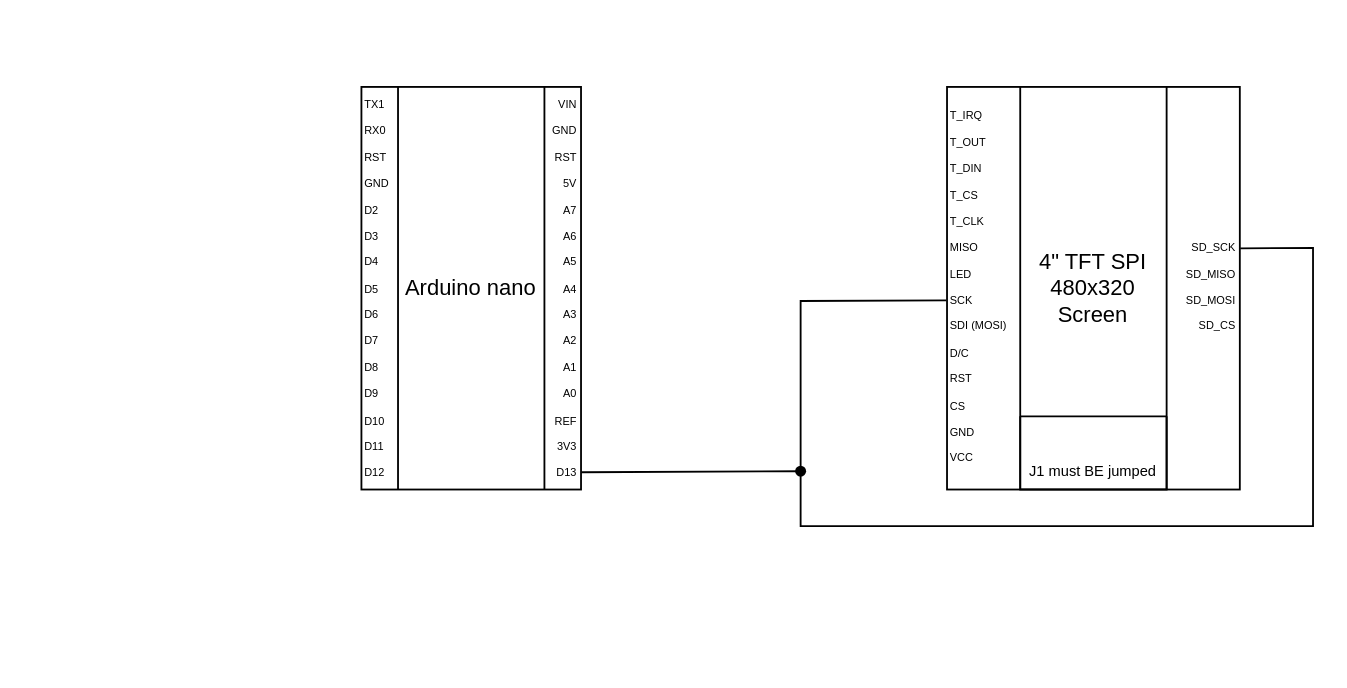
This is PipBoy/diagrama.drawio from Fallest/TresDimensiones, a draw.io file, before an edit. Source tidied: cells renumbered, new cells numbered last; positions are measured from the earlier drawing's top-left corner, leaving out a move shared by most shapes. Both pictures are drawn from the tidied source at 183%, with x=0, y=0 at pixel (361, 86). Pictures stored in the file or linked from it are replaced by grey dashed boxes.
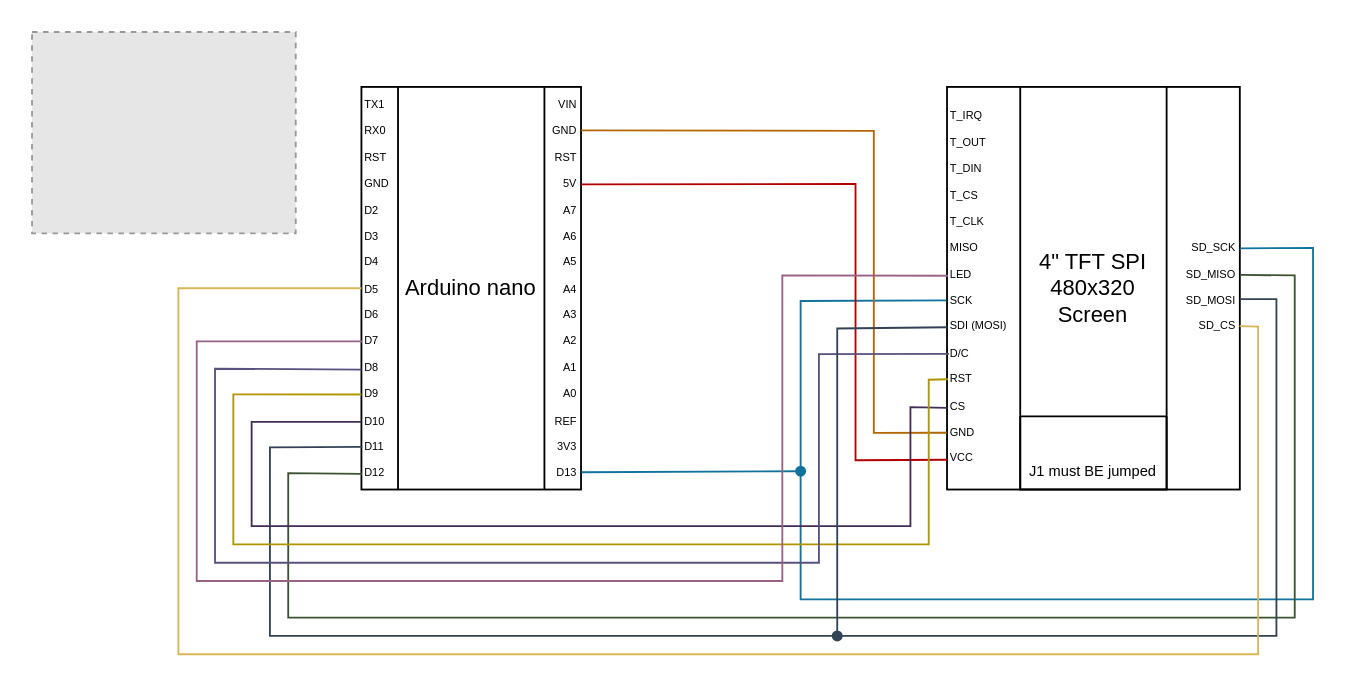
The same diagram, later.

Commit message (it also covers changes not shown here):
PipBoy/Diagrama

Termiando

Unchanged cells that the change refers to:
```xml
<mxCell id="3" value="TX1&lt;div style=&quot;font-size: 6px;&quot;&gt;&lt;br style=&quot;font-size: 6px;&quot;&gt;&lt;/div&gt;&lt;div style=&quot;font-size: 6px;&quot;&gt;RX0&lt;/div&gt;&lt;div style=&quot;font-size: 6px;&quot;&gt;&lt;br style=&quot;font-size: 6px;&quot;&gt;&lt;/div&gt;&lt;div style=&quot;font-size: 6px;&quot;&gt;RST&lt;/div&gt;&lt;div style=&quot;font-size: 6px;&quot;&gt;&lt;br style=&quot;font-size: 6px;&quot;&gt;&lt;/div&gt;&lt;div style=&quot;font-size: 6px;&quot;&gt;GND&lt;/div&gt;&lt;div style=&quot;font-size: 6px;&quot;&gt;&lt;br style=&quot;font-size: 6px;&quot;&gt;&lt;/div&gt;&lt;div style=&quot;font-size: 6px;&quot;&gt;D2&lt;/div&gt;&lt;div style=&quot;font-size: 6px;&quot;&gt;&lt;br style=&quot;font-size: 6px;&quot;&gt;&lt;/div&gt;&lt;div style=&quot;font-size: 6px;&quot;&gt;D3&lt;/div&gt;&lt;div style=&quot;font-size: 6px;&quot;&gt;&lt;br style=&quot;font-size: 6px;&quot;&gt;&lt;/div&gt;&lt;div style=&quot;font-size: 6px;&quot;&gt;D4&lt;/div&gt;&lt;div style=&quot;font-size: 6px;&quot;&gt;&lt;br style=&quot;font-size: 6px;&quot;&gt;&lt;/div&gt;&lt;div style=&quot;font-size: 6px;&quot;&gt;D5&lt;/div&gt;&lt;div style=&quot;font-size: 6px;&quot;&gt;&lt;br style=&quot;font-size: 6px;&quot;&gt;&lt;/div&gt;&lt;div style=&quot;font-size: 6px;&quot;&gt;D6&lt;/div&gt;&lt;div style=&quot;font-size: 6px;&quot;&gt;&lt;br style=&quot;font-size: 6px;&quot;&gt;&lt;/div&gt;&lt;div style=&quot;font-size: 6px;&quot;&gt;D7&lt;/div&gt;&lt;div style=&quot;font-size: 6px;&quot;&gt;&lt;br style=&quot;font-size: 6px;&quot;&gt;&lt;/div&gt;&lt;div style=&quot;font-size: 6px;&quot;&gt;D8&lt;/div&gt;&lt;div style=&quot;font-size: 6px;&quot;&gt;&lt;br style=&quot;font-size: 6px;&quot;&gt;&lt;/div&gt;&lt;div style=&quot;font-size: 6px;&quot;&gt;D9&lt;/div&gt;&lt;div style=&quot;font-size: 6px;&quot;&gt;&lt;br style=&quot;font-size: 6px;&quot;&gt;&lt;/div&gt;&lt;div style=&quot;font-size: 6px;&quot;&gt;D10&lt;/div&gt;&lt;div style=&quot;font-size: 6px;&quot;&gt;&lt;br style=&quot;font-size: 6px;&quot;&gt;&lt;/div&gt;&lt;div style=&quot;font-size: 6px;&quot;&gt;D11&lt;/div&gt;&lt;div style=&quot;font-size: 6px;&quot;&gt;&lt;br style=&quot;font-size: 6px;&quot;&gt;&lt;/div&gt;&lt;div style=&quot;font-size: 6px;&quot;&gt;D12&lt;/div&gt;" style="text;html=1;align=left;verticalAlign=top;whiteSpace=wrap;rounded=0;fontSize=6;" parent="1" vertex="1">
  <mxGeometry width="20" height="220" as="geometry" />
</mxCell>
<mxCell id="4" value="VIN&lt;div&gt;&lt;br&gt;&lt;/div&gt;&lt;div&gt;GND&lt;/div&gt;&lt;div&gt;&lt;br&gt;&lt;/div&gt;&lt;div&gt;RST&lt;/div&gt;&lt;div&gt;&lt;br&gt;&lt;/div&gt;&lt;div&gt;5V&lt;/div&gt;&lt;div&gt;&lt;br&gt;&lt;/div&gt;&lt;div&gt;A7&lt;/div&gt;&lt;div&gt;&lt;br&gt;&lt;/div&gt;&lt;div&gt;A6&lt;/div&gt;&lt;div&gt;&lt;br&gt;&lt;/div&gt;&lt;div&gt;A5&lt;/div&gt;&lt;div&gt;&lt;br&gt;&lt;/div&gt;&lt;div&gt;A4&lt;/div&gt;&lt;div&gt;&lt;br&gt;&lt;/div&gt;&lt;div&gt;A3&lt;/div&gt;&lt;div&gt;&lt;br&gt;&lt;/div&gt;&lt;div&gt;A2&lt;/div&gt;&lt;div&gt;&lt;br&gt;&lt;/div&gt;&lt;div&gt;A1&lt;/div&gt;&lt;div&gt;&lt;br&gt;&lt;/div&gt;&lt;div&gt;A0&lt;/div&gt;&lt;div&gt;&lt;br&gt;&lt;/div&gt;&lt;div&gt;REF&lt;/div&gt;&lt;div&gt;&lt;br&gt;&lt;/div&gt;&lt;div&gt;3V3&lt;/div&gt;&lt;div&gt;&lt;br&gt;&lt;/div&gt;&lt;div&gt;D13&lt;/div&gt;" style="text;html=1;align=right;verticalAlign=top;whiteSpace=wrap;rounded=0;fontSize=6;" parent="1" vertex="1">
  <mxGeometry x="100" width="20" height="220" as="geometry" />
</mxCell>
<mxCell id="6" value="T_IRQ&lt;div&gt;&lt;br&gt;&lt;/div&gt;&lt;div&gt;&lt;div&gt;T_OUT&lt;/div&gt;&lt;div&gt;&lt;br&gt;&lt;/div&gt;&lt;div&gt;T_DIN&lt;/div&gt;&lt;div&gt;&lt;br&gt;&lt;/div&gt;&lt;div&gt;T_CS&lt;/div&gt;&lt;div&gt;&lt;br&gt;&lt;/div&gt;&lt;div&gt;T_CLK&lt;/div&gt;&lt;div&gt;&lt;br&gt;&lt;/div&gt;&lt;div&gt;MISO&lt;/div&gt;&lt;div&gt;&lt;br&gt;&lt;/div&gt;&lt;div&gt;LED&lt;/div&gt;&lt;div&gt;&lt;br&gt;&lt;/div&gt;&lt;div&gt;SCK&lt;/div&gt;&lt;div&gt;&lt;br&gt;&lt;/div&gt;&lt;div&gt;SDI&amp;nbsp;&lt;span style=&quot;background-color: initial;&quot;&gt;(MOSI)&lt;/span&gt;&lt;/div&gt;&lt;div&gt;&lt;br&gt;&lt;/div&gt;&lt;div&gt;D/C&lt;/div&gt;&lt;div&gt;&lt;br&gt;&lt;/div&gt;&lt;div&gt;RST&lt;/div&gt;&lt;div&gt;&lt;br&gt;&lt;/div&gt;&lt;div&gt;CS&lt;/div&gt;&lt;div&gt;&lt;br&gt;&lt;/div&gt;&lt;div&gt;GND&lt;/div&gt;&lt;div&gt;&lt;br&gt;&lt;/div&gt;&lt;div&gt;VCC&lt;/div&gt;&lt;/div&gt;" style="text;html=1;align=left;verticalAlign=middle;whiteSpace=wrap;rounded=0;fontSize=6;" parent="1" vertex="1">
  <mxGeometry x="320" width="30" height="220" as="geometry" />
</mxCell>
<mxCell id="7" value="SD_SCK&lt;div&gt;&lt;br&gt;&lt;/div&gt;&lt;div&gt;SD_MISO&lt;/div&gt;&lt;div&gt;&lt;br&gt;&lt;/div&gt;&lt;div&gt;SD_MOSI&lt;/div&gt;&lt;div&gt;&lt;br&gt;&lt;/div&gt;&lt;div&gt;SD_CS&lt;/div&gt;" style="text;html=1;align=right;verticalAlign=middle;whiteSpace=wrap;rounded=0;fontSize=6;" parent="1" vertex="1">
  <mxGeometry x="440" width="40" height="220" as="geometry" />
</mxCell>
```

Change to the diagram source:
```diff
@@
-    <mxCell id="10" style="endArrow=none;html=1;rounded=0;exitDx=0;exitDy=0;exitPerimeter=0;entryX=1.006;entryY=0.401;entryDx=0;entryDy=0;entryPerimeter=0;" parent="1" edge="1" source="13" target="7">
+    <mxCell id="10" style="endArrow=none;html=1;rounded=0;exitDx=0;exitDy=0;exitPerimeter=0;entryX=1.006;entryY=0.401;entryDx=0;entryDy=0;entryPerimeter=0;fillColor=#b1ddf0;strokeColor=#10739e;" parent="1" edge="1" source="13" target="7">
       <mxGeometry relative="1" as="geometry">
         <Array as="points">
           <mxPoint x="240" y="210" />
-          <mxPoint x="240" y="240" />
-          <mxPoint x="520" y="240" />
+          <mxPoint x="240" y="280" />
+          <mxPoint x="520" y="280" />
           <mxPoint x="520" y="88" />
         </Array>
       </mxGeometry>
     </mxCell>
-    <mxCell id="11" style="endArrow=none;html=1;rounded=0;entryX=-0.012;entryY=0.53;entryDx=0;entryDy=0;entryPerimeter=0;" parent="1" edge="1" target="6">
+    <mxCell id="11" style="endArrow=none;html=1;rounded=0;entryX=-0.012;entryY=0.53;entryDx=0;entryDy=0;entryPerimeter=0;fillColor=#b1ddf0;strokeColor=#10739e;" parent="1" edge="1" target="6">
       <mxGeometry relative="1" as="geometry">
         <mxPoint x="240" y="210" as="sourcePoint" />
         <Array as="points">
           <mxPoint x="240" y="117" />
         </Array>
       </mxGeometry>
     </mxCell>
-    <mxCell id="12" style="endArrow=none;html=1;rounded=0;exitX=1.012;exitY=0.957;exitDx=0;exitDy=0;exitPerimeter=0;entryDx=0;entryDy=0;entryPerimeter=0;" parent="1" edge="1" source="4" target="13">
+    <mxCell id="12" style="endArrow=none;html=1;rounded=0;exitX=1.012;exitY=0.957;exitDx=0;exitDy=0;exitPerimeter=0;entryDx=0;entryDy=0;entryPerimeter=0;fillColor=#b1ddf0;strokeColor=#10739e;" parent="1" edge="1" source="4" target="13">
       <mxGeometry relative="1" as="geometry" />
     </mxCell>
-    <mxCell id="13" style="shape=waypoint;sketch=0;fillStyle=solid;size=6;points=[];fillColor=none;perimeter=centerPerimeter;snapToPoint=1;" parent="1" vertex="1">
+    <mxCell id="13" style="shape=waypoint;sketch=0;fillStyle=solid;size=6;points=[];fillColor=#b1ddf0;perimeter=centerPerimeter;snapToPoint=1;strokeColor=#10739e;" parent="1" vertex="1">
       <mxGeometry x="230" y="200" width="20" height="20" as="geometry" />
     </mxCell>
+    <mxCell id="14" style="endArrow=none;html=1;rounded=0;exitX=0.998;exitY=0.242;exitDx=0;exitDy=0;exitPerimeter=0;entryX=0.011;entryY=0.926;entryDx=0;entryDy=0;entryPerimeter=0;fillColor=#e51400;strokeColor=#B20000;" parent="1" edge="1" source="4" target="6">
+      <mxGeometry relative="1" as="geometry">
+        <Array as="points">
+          <mxPoint x="270" y="53" />
+          <mxPoint x="270" y="204" />
+        </Array>
+      </mxGeometry>
+    </mxCell>
+    <mxCell id="15" style="endArrow=none;html=1;rounded=0;exitX=1.003;exitY=0.108;exitDx=0;exitDy=0;exitPerimeter=0;entryX=-0.007;entryY=0.859;entryDx=0;entryDy=0;entryPerimeter=0;fillColor=#fad7ac;strokeColor=#b46504;" parent="1" edge="1" source="4" target="6">
+      <mxGeometry relative="1" as="geometry">
+        <Array as="points">
+          <mxPoint x="280" y="24" />
+          <mxPoint x="280" y="189" />
+        </Array>
+      </mxGeometry>
+    </mxCell>
+    <mxCell id="16" style="endArrow=none;html=1;rounded=0;exitX=0.017;exitY=0.961;exitDx=0;exitDy=0;exitPerimeter=0;fillColor=#6d8764;strokeColor=#3A5431;entryX=1.012;entryY=0.467;entryDx=0;entryDy=0;entryPerimeter=0;" parent="1" edge="1" source="3" target="7">
+      <mxGeometry relative="1" as="geometry">
+        <Array as="points">
+          <mxPoint x="-40" y="211" />
+          <mxPoint x="-40" y="290" />
+          <mxPoint x="510" y="290" />
+          <mxPoint x="510" y="103" />
+        </Array>
+      </mxGeometry>
+    </mxCell>
+    <mxCell id="17" style="endArrow=none;html=1;rounded=0;fillColor=#647687;strokeColor=#314354;exitX=0.022;exitY=0.894;exitDx=0;exitDy=0;exitPerimeter=0;" parent="1" edge="1" source="3">
+      <mxGeometry relative="1" as="geometry">
+        <mxPoint x="480" y="116" as="targetPoint" />
+        <Array as="points">
+          <mxPoint x="-50" y="197" />
+          <mxPoint x="-50" y="300" />
+          <mxPoint x="500" y="300" />
+          <mxPoint x="500" y="116" />
+        </Array>
+      </mxGeometry>
+    </mxCell>
+    <mxCell id="18" style="endArrow=none;html=1;rounded=0;entryX=0;entryY=0.832;entryDx=0;entryDy=0;entryPerimeter=0;fillColor=#76608a;strokeColor=#432D57;exitX=0.003;exitY=0.797;exitDx=0;exitDy=0;exitPerimeter=0;" parent="1" edge="1" source="6" target="3">
+      <mxGeometry relative="1" as="geometry">
+        <Array as="points">
+          <mxPoint x="300" y="175" />
+          <mxPoint x="300" y="240" />
+          <mxPoint x="-60" y="240" />
+          <mxPoint x="-60" y="183" />
+        </Array>
+      </mxGeometry>
+    </mxCell>
+    <mxCell id="19" style="endArrow=none;html=1;rounded=0;entryX=0;entryY=0.764;entryDx=0;entryDy=0;entryPerimeter=0;fillColor=#e3c800;strokeColor=#B09500;exitX=0.015;exitY=0.726;exitDx=0;exitDy=0;exitPerimeter=0;" parent="1" edge="1" source="6" target="3">
+      <mxGeometry relative="1" as="geometry">
+        <Array as="points">
+          <mxPoint x="310" y="160" />
+          <mxPoint x="310" y="250" />
+          <mxPoint x="-70" y="250" />
+          <mxPoint x="-70" y="168" />
+        </Array>
+      </mxGeometry>
+    </mxCell>
+    <mxCell id="20" style="endArrow=none;html=1;rounded=0;entryX=0;entryY=0.702;entryDx=0;entryDy=0;entryPerimeter=0;fillColor=#d0cee2;strokeColor=#56517e;exitX=0.037;exitY=0.663;exitDx=0;exitDy=0;exitPerimeter=0;" parent="1" edge="1" source="6" target="3">
+      <mxGeometry relative="1" as="geometry">
+        <Array as="points">
+          <mxPoint x="250" y="146" />
+          <mxPoint x="250" y="260" />
+          <mxPoint x="-80" y="260" />
+          <mxPoint x="-80" y="154" />
+        </Array>
+      </mxGeometry>
+    </mxCell>
+    <mxCell id="21" style="endArrow=none;html=1;rounded=0;entryX=0.017;entryY=0.632;entryDx=0;entryDy=0;entryPerimeter=0;fillColor=#e6d0de;strokeColor=#996185;gradientColor=#d5739d;exitX=0.015;exitY=0.469;exitDx=0;exitDy=0;exitPerimeter=0;" parent="1" edge="1" source="6" target="3">
+      <mxGeometry relative="1" as="geometry">
+        <Array as="points">
+          <mxPoint x="230" y="103" />
+          <mxPoint x="230" y="270" />
+          <mxPoint x="-90" y="270" />
+          <mxPoint x="-90" y="139" />
+        </Array>
+      </mxGeometry>
+    </mxCell>
+    <mxCell id="22" style="endArrow=none;html=1;rounded=0;entryX=0;entryY=0.5;entryDx=0;entryDy=0;fillColor=#fff2cc;gradientColor=#ffd966;strokeColor=#d6b656;exitX=0.997;exitY=0.594;exitDx=0;exitDy=0;exitPerimeter=0;" parent="1" edge="1" source="7" target="3">
+      <mxGeometry relative="1" as="geometry">
+        <Array as="points">
+          <mxPoint x="490" y="131" />
+          <mxPoint x="490" y="310" />
+          <mxPoint x="-100" y="310" />
+          <mxPoint x="-100" y="110" />
+        </Array>
+      </mxGeometry>
+    </mxCell>
+    <mxCell id="23" style="endArrow=none;html=1;rounded=0;exitDx=0;exitDy=0;exitPerimeter=0;fillColor=#647687;strokeColor=#314354;entryX=0.003;entryY=0.597;entryDx=0;entryDy=0;entryPerimeter=0;" parent="1" edge="1" source="24" target="6">
+      <mxGeometry relative="1" as="geometry">
+        <Array as="points">
+          <mxPoint x="260" y="132" />
+        </Array>
+      </mxGeometry>
+    </mxCell>
+    <mxCell id="24" style="shape=waypoint;sketch=0;fillStyle=solid;size=6;points=[];fillColor=#647687;perimeter=centerPerimeter;snapToPoint=1;fontColor=#ffffff;strokeColor=#314354;" parent="1" vertex="1">
+      <mxGeometry x="250" y="290" width="20" height="20" as="geometry" />
+    </mxCell>
+    <mxCell id="25" style="fillColor=#E6E6E6;strokeColor=#999999;dashed=1;verticalLabelPosition=bottom;labelBackgroundColor=default;verticalAlign=top;" parent="1" vertex="1">
+      <mxGeometry x="-180" y="-30" width="144.1" height="110" as="geometry" />
+    </mxCell>
```
